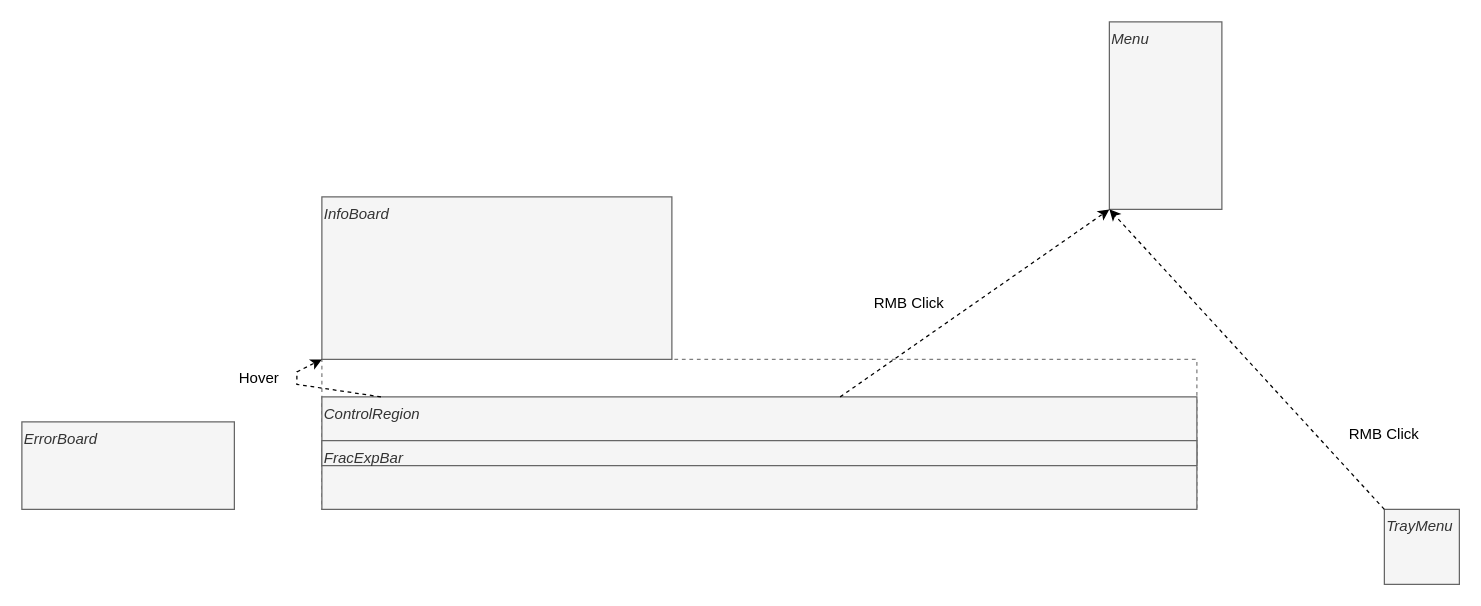
This is docs/diagrams/GUI_Layout.drawio from underwatergrasshopper/poe_exp_after_dot, a draw.io file, before an edit. Source tidied: cells renumbered, new cells numbered last; positions are measured from the earlier drawing's top-left corner, leaving out a move shared by most shapes. Both pictures are drawn from the tidied source at 125%, with x=0, y=0 at pixel (21, 21).
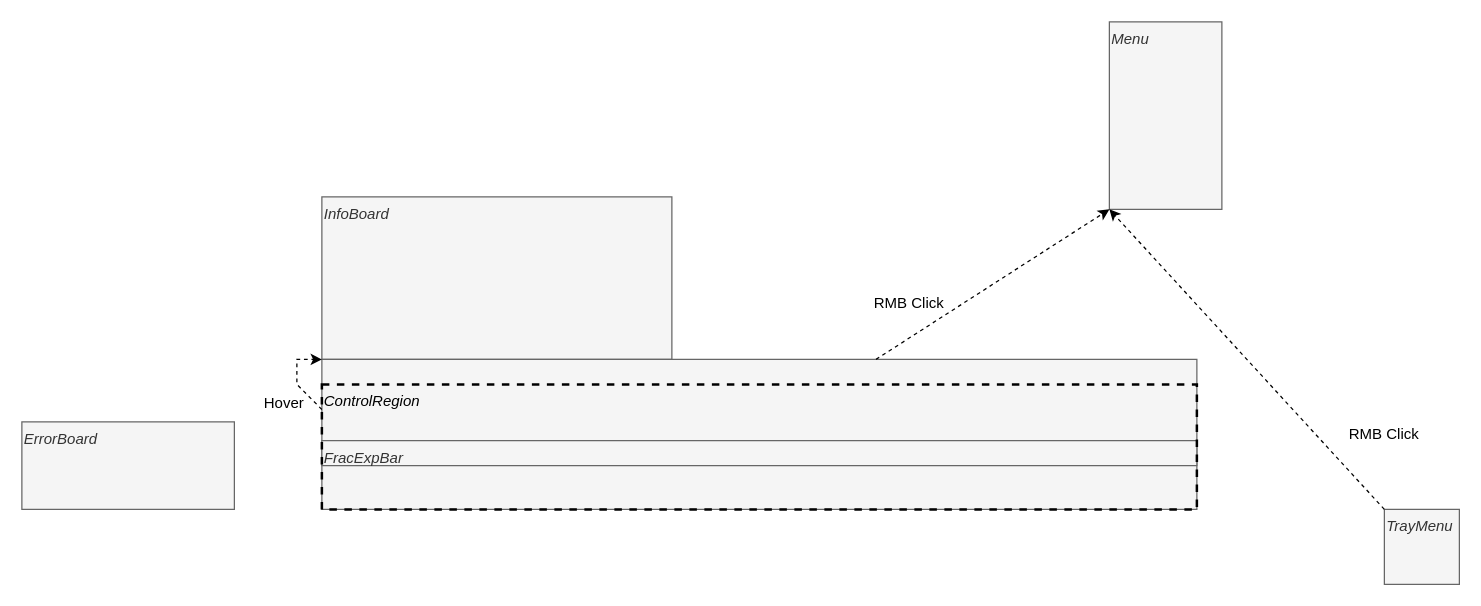
The same diagram, later.

The edit, as a diff of the source:
```diff
@@
 <mxGraphModel>
   <root>
     <mxCell id="0" />
     <mxCell id="1" parent="0" />
-    <mxCell id="2" style="rounded=0;whiteSpace=wrap;html=1;dashed=1;fillColor=none;fontFamily=Inconsolata;fontColor=#7F7F7F;strokeColor=#7F7F7F;strokeWidth=1;perimeterSpacing=0;" parent="1" vertex="1">
-      <mxGeometry x="240" y="270" width="700" height="120" as="geometry" />
-    </mxCell>
     <mxCell id="3" value="InfoBoard" style="rounded=0;whiteSpace=wrap;html=1;fontFamily=Inconsolata;align=left;verticalAlign=top;fillColor=#f5f5f5;fontColor=#333333;strokeColor=#666666;fontStyle=2;" parent="1" vertex="1">
       <mxGeometry x="240" y="140" width="280" height="130" as="geometry" />
     </mxCell>
-    <mxCell id="4" value="ControlRegion" style="rounded=0;whiteSpace=wrap;html=1;fontFamily=Inconsolata;align=left;verticalAlign=top;fillColor=#f5f5f5;fontColor=#333333;strokeColor=#666666;fontStyle=2;" parent="1" vertex="1">
-      <mxGeometry x="240" y="300" width="700" height="90" as="geometry" />
+    <mxCell id="4" style="rounded=0;whiteSpace=wrap;html=1;fontFamily=Inconsolata;align=left;verticalAlign=top;fillColor=#f5f5f5;fontColor=#333333;strokeColor=#666666;fontStyle=2;" parent="1" vertex="1">
+      <mxGeometry x="240" y="270" width="700" height="120" as="geometry" />
     </mxCell>
     <mxCell id="5" value="FracExpBar" style="rounded=0;whiteSpace=wrap;html=1;fontFamily=Inconsolata;align=left;verticalAlign=top;fillColor=#f5f5f5;fontColor=#333333;strokeColor=#666666;fontStyle=2;" parent="1" vertex="1">
       <mxGeometry x="240" y="335" width="700" height="20" as="geometry" />
     </mxCell>
     <mxCell id="6" value="Menu" style="rounded=0;whiteSpace=wrap;html=1;fontFamily=Inconsolata;align=left;verticalAlign=top;fillColor=#f5f5f5;fontColor=#333333;strokeColor=#666666;fontStyle=2;" parent="1" vertex="1">
       <mxGeometry x="870" width="90" height="150" as="geometry" />
     </mxCell>
     <mxCell id="7" value="TrayMenu" style="rounded=0;whiteSpace=wrap;html=1;fontFamily=Inconsolata;align=left;verticalAlign=top;fillColor=#f5f5f5;fontColor=#333333;strokeColor=#666666;fontStyle=2;" parent="1" vertex="1">
       <mxGeometry x="1090" y="390" width="60" height="60" as="geometry" />
     </mxCell>
     <mxCell id="8" value="RMB Click" style="text;html=1;strokeColor=none;fillColor=none;align=center;verticalAlign=middle;whiteSpace=wrap;rounded=0;fontFamily=Inconsolata;" parent="1" vertex="1">
       <mxGeometry x="680" y="210" width="60" height="30" as="geometry" />
     </mxCell>
     <mxCell id="9" style="endArrow=classic;html=1;rounded=0;dashed=1;entryX=0;entryY=1;entryDx=0;entryDy=0;fontFamily=Inconsolata;" parent="1" edge="1" source="4" target="6">
       <mxGeometry relative="1" as="geometry" />
     </mxCell>
     <mxCell id="10" style="endArrow=classic;html=1;rounded=0;dashed=1;entryX=0;entryY=1;entryDx=0;entryDy=0;exitX=0;exitY=0;exitDx=0;exitDy=0;fontFamily=Inconsolata;" parent="1" edge="1" source="7" target="6">
       <mxGeometry relative="1" as="geometry" />
     </mxCell>
-    <mxCell id="11" style="endArrow=classic;html=1;rounded=0;dashed=1;entryX=0;entryY=1;entryDx=0;entryDy=0;fontFamily=Inconsolata;" parent="1" edge="1" source="4" target="3">
+    <mxCell id="11" style="endArrow=classic;html=1;rounded=0;dashed=1;entryX=0;entryY=1;entryDx=0;entryDy=0;fontFamily=Inconsolata;exitX=0;exitY=0.334;exitDx=0;exitDy=0;exitPerimeter=0;" parent="1" edge="1" source="4" target="3">
       <mxGeometry relative="1" as="geometry">
         <Array as="points">
           <mxPoint x="220" y="290" />
-          <mxPoint x="220" y="280" />
+          <mxPoint x="220" y="270" />
         </Array>
       </mxGeometry>
     </mxCell>
     <mxCell id="12" value="Hover" style="text;html=1;strokeColor=none;fillColor=none;align=center;verticalAlign=middle;whiteSpace=wrap;rounded=0;fontFamily=Inconsolata;" parent="1" vertex="1">
-      <mxGeometry x="160" y="270" width="60" height="30" as="geometry" />
+      <mxGeometry x="180" y="290" width="60" height="30" as="geometry" />
     </mxCell>
     <mxCell id="13" value="RMB Click" style="text;html=1;strokeColor=none;fillColor=none;align=center;verticalAlign=middle;whiteSpace=wrap;rounded=0;fontFamily=Inconsolata;" parent="1" vertex="1">
       <mxGeometry x="1060" y="315" width="60" height="30" as="geometry" />
     </mxCell>
     <mxCell id="14" value="ErrorBoard" style="rounded=0;whiteSpace=wrap;html=1;fontFamily=Inconsolata;align=left;verticalAlign=top;fillColor=#f5f5f5;fontColor=#333333;strokeColor=#666666;fontStyle=2;" parent="1" vertex="1">
       <mxGeometry y="320" width="170" height="70" as="geometry" />
     </mxCell>
+    <mxCell id="15" value="&lt;i&gt;ControlRegion&lt;/i&gt;" style="rounded=0;whiteSpace=wrap;html=1;fillColor=none;dashed=1;fontFamily=Inconsolata;strokeWidth=2;align=left;verticalAlign=top;" parent="1" vertex="1">
+      <mxGeometry x="240" y="290" width="700" height="100" as="geometry" />
+    </mxCell>
   </root>
 </mxGraphModel>
```
